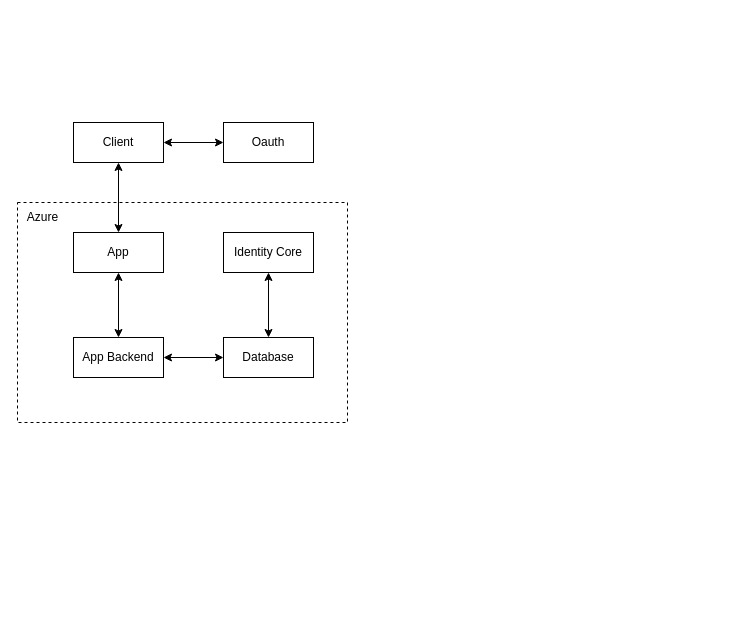
The draw.io diagram docs/diagrams/Architecture.drawio in ITU-BDSA2024-GROUP29/Chirp, before the edit. Source tidied: cells renumbered, new cells numbered last; positions are measured from the earlier drawing's top-left corner, leaving out a move shared by most shapes. Both pictures are drawn from the tidied source at 100%, with x=0, y=0 at pixel (17, 122).
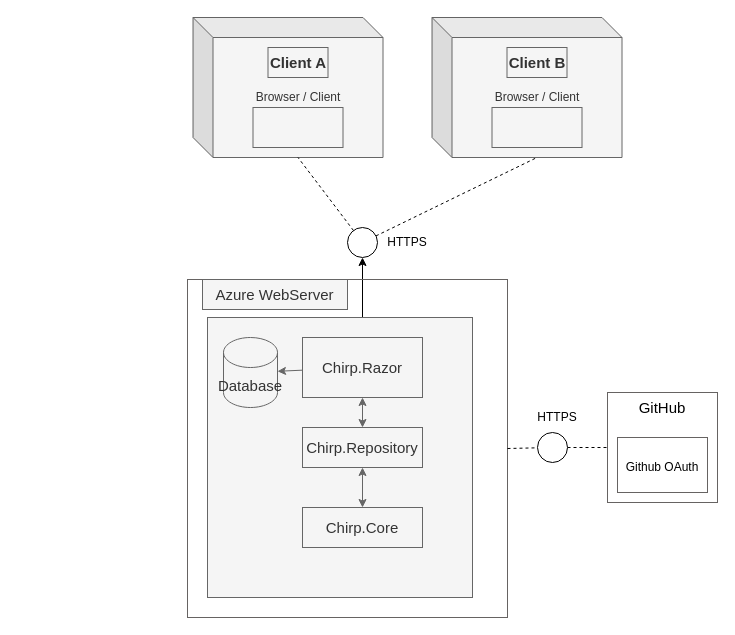
After the change.

Change to the diagram source:
```diff
@@
-    <mxCell id="2" style="rounded=0;whiteSpace=wrap;html=1;fillColor=none;dashed=1;" parent="1" vertex="1">
-      <mxGeometry y="80" width="330" height="220" as="geometry" />
-    </mxCell>
-    <mxCell id="3" style="edgeStyle=none;rounded=0;jettySize=auto;html=1;exitX=0.5;exitY=1;exitDx=0;exitDy=0;entryX=0.5;entryY=0;entryDx=0;entryDy=0;startArrow=classic;startFill=1;" parent="1" edge="1" source="4" target="8">
-      <mxGeometry relative="1" as="geometry" />
-    </mxCell>
-    <mxCell id="4" value="Client" style="whiteSpace=wrap;html=1;" parent="1" vertex="1">
-      <mxGeometry x="56" width="90" height="40" as="geometry" />
-    </mxCell>
-    <mxCell id="5" style="rounded=0;jettySize=auto;html=1;exitX=0;exitY=0.5;exitDx=0;exitDy=0;startArrow=classic;startFill=1;entryX=1;entryY=0.5;entryDx=0;entryDy=0;" parent="1" edge="1" source="6" target="4">
-      <mxGeometry relative="1" as="geometry" />
-    </mxCell>
-    <mxCell id="6" value="Oauth" style="whiteSpace=wrap;html=1;" parent="1" vertex="1">
-      <mxGeometry x="206" width="90" height="40" as="geometry" />
-    </mxCell>
-    <mxCell id="7" style="edgeStyle=none;rounded=0;jettySize=auto;html=1;exitX=0.5;exitY=1;exitDx=0;exitDy=0;entryX=0.5;entryY=0;entryDx=0;entryDy=0;startArrow=classic;startFill=1;" parent="1" edge="1" source="8" target="11">
-      <mxGeometry relative="1" as="geometry" />
-    </mxCell>
-    <mxCell id="8" value="App" style="whiteSpace=wrap;html=1;" parent="1" vertex="1">
-      <mxGeometry x="56" y="110" width="90" height="40" as="geometry" />
-    </mxCell>
-    <mxCell id="9" value="Azure" style="text;html=1;align=center;verticalAlign=middle;strokeColor=none;fillColor=none;" parent="1" vertex="1">
-      <mxGeometry y="80" width="50" height="30" as="geometry" />
-    </mxCell>
-    <mxCell id="10" style="edgeStyle=none;rounded=0;jettySize=auto;html=1;exitX=1;exitY=0.5;exitDx=0;exitDy=0;entryX=0;entryY=0.5;entryDx=0;entryDy=0;startArrow=classic;startFill=1;" parent="1" edge="1" source="11" target="12">
-      <mxGeometry relative="1" as="geometry" />
-    </mxCell>
-    <mxCell id="11" value="App Backend" style="whiteSpace=wrap;html=1;" parent="1" vertex="1">
-      <mxGeometry x="56" y="215" width="90" height="40" as="geometry" />
-    </mxCell>
+    <mxCell id="15" value="Browser / Client" style="shape=cube;whiteSpace=wrap;html=1;boundedLbl=1;backgroundOutline=1;darkOpacity=0.05;darkOpacity2=0.1;fontColor=#333333;fillColor=#f5f5f5;strokeColor=#666666;" parent="1" vertex="1">
+      <mxGeometry x="175.5" y="-105" width="190" height="140" as="geometry" />
+    </mxCell>
+    <mxCell id="16" style="rounded=0;whiteSpace=wrap;html=1;fontColor=#333333;fillColor=#f5f5f5;strokeColor=#666666;" parent="1" vertex="1">
+      <mxGeometry x="235.5" y="-15" width="90" height="40" as="geometry" />
+    </mxCell>
+    <mxCell id="17" value="&lt;font style=&quot;font-size: 15px;&quot;&gt;Client A&lt;/font&gt;" style="text;html=1;strokeColor=#666666;fillColor=#f5f5f5;align=center;verticalAlign=middle;whiteSpace=wrap;rounded=0;fontStyle=1;fontSize=16;fontColor=#333333;" parent="1" vertex="1">
+      <mxGeometry x="250.5" y="-75" width="60" height="30" as="geometry" />
+    </mxCell>
+    <mxCell id="18" value="Browser / Client" style="shape=cube;whiteSpace=wrap;html=1;boundedLbl=1;backgroundOutline=1;darkOpacity=0.05;darkOpacity2=0.1;fontColor=#333333;fillColor=#f5f5f5;strokeColor=#666666;" parent="1" vertex="1">
+      <mxGeometry x="414.5" y="-105" width="190" height="140" as="geometry" />
+    </mxCell>
+    <mxCell id="19" style="rounded=0;whiteSpace=wrap;html=1;fontColor=#333333;fillColor=#f5f5f5;strokeColor=#666666;" parent="1" vertex="1">
+      <mxGeometry x="474.5" y="-15" width="90" height="40" as="geometry" />
+    </mxCell>
+    <mxCell id="20" value="&lt;span style=&quot;font-size: 15px;&quot;&gt;Client B&lt;/span&gt;" style="text;html=1;strokeColor=#666666;fillColor=#f5f5f5;align=center;verticalAlign=middle;whiteSpace=wrap;rounded=0;fontStyle=1;fontSize=16;fontColor=#333333;" parent="1" vertex="1">
+      <mxGeometry x="489.5" y="-75" width="60" height="30" as="geometry" />
+    </mxCell>
+    <mxCell id="21" style="edgeStyle=none;html=1;fontSize=15;startArrow=classic;startFill=1;fontColor=#542b2b;strokeColor=#000000;" parent="1" edge="1" source="22" target="30">
+      <mxGeometry relative="1" as="geometry" />
+    </mxCell>
+    <mxCell id="22" style="ellipse;whiteSpace=wrap;html=1;fontSize=15;" parent="1" vertex="1">
+      <mxGeometry x="330" y="105" width="30" height="30" as="geometry" />
+    </mxCell>
+    <mxCell id="23" style="endArrow=none;dashed=1;html=1;fontSize=15;entryX=0;entryY=0;entryDx=105;entryDy=140;entryPerimeter=0;fontColor=#542b2b;strokeColor=#000000;" parent="1" edge="1" source="22" target="18">
+      <mxGeometry relative="1" as="geometry" />
+    </mxCell>
+    <mxCell id="24" style="endArrow=none;dashed=1;html=1;fontSize=15;entryX=0;entryY=0;entryDx=105;entryDy=140;entryPerimeter=0;fontColor=#542b2b;strokeColor=#000000;" parent="1" edge="1" source="22" target="15">
+      <mxGeometry relative="1" as="geometry" />
+    </mxCell>
+    <mxCell id="25" style="rounded=0;whiteSpace=wrap;html=1;fontSize=15;fillColor=none;fontColor=#333333;strokeColor=#666362;" parent="1" vertex="1">
+      <mxGeometry x="170" y="157" width="320" height="338" as="geometry" />
+    </mxCell>
+    <mxCell id="26" style="rounded=0;whiteSpace=wrap;html=1;fontSize=15;fillColor=#f5f5f5;fontColor=#333333;strokeColor=#666666;" parent="1" vertex="1">
+      <mxGeometry x="190" y="195" width="265" height="280" as="geometry" />
+    </mxCell>
+    <mxCell id="27" value="Azure WebServer" style="text;html=1;strokeColor=#666666;fillColor=#f5f5f5;align=center;verticalAlign=middle;whiteSpace=wrap;rounded=0;fontSize=15;fontColor=#333333;" parent="1" vertex="1">
+      <mxGeometry x="185" y="157" width="145" height="30" as="geometry" />
+    </mxCell>
+    <mxCell id="28" style="edgeStyle=none;html=1;fontSize=15;fontColor=#542b2b;fillColor=#f5f5f5;strokeColor=#666666;" parent="1" edge="1" source="30" target="12">
+      <mxGeometry relative="1" as="geometry" />
+    </mxCell>
+    <mxCell id="29" style="edgeStyle=none;html=1;exitX=0.5;exitY=1;exitDx=0;exitDy=0;entryX=0.5;entryY=0;entryDx=0;entryDy=0;fontSize=15;startArrow=classic;startFill=1;fontColor=#542b2b;fillColor=#f5f5f5;strokeColor=#666666;" parent="1" edge="1" source="30" target="32">
+      <mxGeometry relative="1" as="geometry" />
+    </mxCell>
+    <mxCell id="30" value="Chirp.Razor" style="rounded=0;whiteSpace=wrap;html=1;fontSize=15;fontColor=#333333;fillColor=#f5f5f5;strokeColor=#666666;" parent="1" vertex="1">
+      <mxGeometry x="285" y="215" width="120" height="60" as="geometry" />
+    </mxCell>
+    <mxCell id="31" style="edgeStyle=none;html=1;exitX=0.5;exitY=1;exitDx=0;exitDy=0;entryX=0.5;entryY=0;entryDx=0;entryDy=0;fontSize=15;startArrow=classic;startFill=1;fontColor=#542b2b;fillColor=#f5f5f5;strokeColor=#666666;" parent="1" edge="1" source="32" target="33">
+      <mxGeometry relative="1" as="geometry" />
+    </mxCell>
+    <mxCell id="32" value="Chirp.Repository" style="rounded=0;whiteSpace=wrap;html=1;fontSize=15;fontColor=#333333;fillColor=#f5f5f5;strokeColor=#666666;" parent="1" vertex="1">
+      <mxGeometry x="285" y="305" width="120" height="40" as="geometry" />
+    </mxCell>
+    <mxCell id="33" value="Chirp.Core" style="rounded=0;whiteSpace=wrap;html=1;fontSize=15;fontColor=#333333;fillColor=#f5f5f5;strokeColor=#666666;" parent="1" vertex="1">
+      <mxGeometry x="285" y="385" width="120" height="40" as="geometry" />
+    </mxCell>
-    <mxCell id="12" value="Database" style="whiteSpace=wrap;html=1;" parent="1" vertex="1">
-      <mxGeometry x="206" y="215" width="90" height="40" as="geometry" />
+    <mxCell id="12" value="Database" style="shape=cylinder3;whiteSpace=wrap;html=1;boundedLbl=1;backgroundOutline=1;size=15;fontSize=15;fontColor=#333333;fillColor=#f5f5f5;strokeColor=#666666;" parent="1" vertex="1">
+      <mxGeometry x="206" y="215" width="54" height="70" as="geometry" />
     </mxCell>
-    <mxCell id="13" style="edgeStyle=none;rounded=0;jettySize=auto;html=1;exitX=0.5;exitY=1;exitDx=0;exitDy=0;entryX=0.5;entryY=0;entryDx=0;entryDy=0;startArrow=classic;startFill=1;" parent="1" edge="1" source="14" target="12">
-      <mxGeometry relative="1" as="geometry" />
-    </mxCell>
-    <mxCell id="14" value="Identity Core" style="whiteSpace=wrap;html=1;" parent="1" vertex="1">
-      <mxGeometry x="206" y="110" width="90" height="40" as="geometry" />
-    </mxCell>
+    <mxCell id="34" style="endArrow=none;dashed=1;html=1;strokeColor=#000000;fontSize=15;fontColor=#542b2b;exitX=1;exitY=0.5;exitDx=0;exitDy=0;startArrow=none;" parent="1" edge="1" source="37" target="35">
+      <mxGeometry relative="1" as="geometry" />
+    </mxCell>
+    <mxCell id="35" style="whiteSpace=wrap;html=1;strokeColor=#666362;fontSize=15;fontColor=#542b2b;fillColor=none;" parent="1" vertex="1">
+      <mxGeometry x="590" y="270" width="110" height="110" as="geometry" />
+    </mxCell>
+    <mxCell id="36" style="endArrow=none;dashed=1;html=1;strokeColor=#000000;fontSize=15;fontColor=#542b2b;exitX=1;exitY=0.5;exitDx=0;exitDy=0;" parent="1" edge="1" source="25" target="37">
+      <mxGeometry relative="1" as="geometry" />
+    </mxCell>
+    <mxCell id="37" style="ellipse;whiteSpace=wrap;html=1;fontSize=15;labelBackgroundColor=none;" parent="1" vertex="1">
+      <mxGeometry x="520" y="310" width="30" height="30" as="geometry" />
+    </mxCell>
+    <mxCell id="38" value="GitHub" style="text;html=1;strokeColor=none;fillColor=none;align=center;verticalAlign=middle;whiteSpace=wrap;rounded=0;fontSize=15;fontColor=#000000;" parent="1" vertex="1">
+      <mxGeometry x="615" y="270" width="60" height="30" as="geometry" />
+    </mxCell>
+    <mxCell id="39" value="&lt;font style=&quot;font-size: 12px;&quot;&gt;Github OAuth&lt;/font&gt;" style="rounded=0;whiteSpace=wrap;html=1;strokeColor=#666362;fontSize=15;fontColor=#000000;fillColor=none;" parent="1" vertex="1">
+      <mxGeometry x="600" y="315" width="90" height="55" as="geometry" />
+    </mxCell>
+    <mxCell id="40" value="HTTPS" style="text;html=1;strokeColor=none;fillColor=none;align=center;verticalAlign=middle;whiteSpace=wrap;rounded=0;fontSize=12;fontColor=#000000;" parent="1" vertex="1">
+      <mxGeometry x="510" y="280" width="60" height="30" as="geometry" />
+    </mxCell>
+    <mxCell id="41" value="HTTPS" style="text;html=1;strokeColor=none;fillColor=none;align=center;verticalAlign=middle;whiteSpace=wrap;rounded=0;fontSize=12;fontColor=#000000;" parent="1" vertex="1">
+      <mxGeometry x="360" y="105" width="60" height="30" as="geometry" />
+    </mxCell>
```
